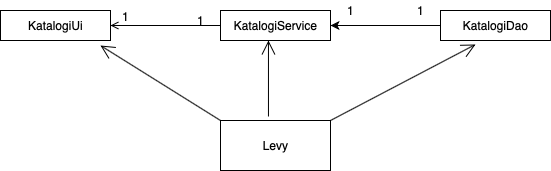
This is dokumentaatio/kuvat/luokkakaavio_uusi.png from SuloKM/ot-harjoitustyo, a draw.io export, as it was before one commit. Source tidied: cells renumbered, new cells last; positions are measured from the earlier drawing's top-left corner, leaving out a move shared by most shapes. The source it was exported from:
```xml
<mxGraphModel>
  <root>
    <mxCell id="0" />
    <mxCell id="1" parent="0" />
    <mxCell id="2" style="endArrow=open;shadow=0;strokeWidth=1;rounded=0;endFill=1;edgeStyle=elbowEdgeStyle;elbow=vertical;exitX=0;exitY=0.5;exitDx=0;exitDy=0;entryX=1;entryY=0.5;entryDx=0;entryDy=0;" parent="1" edge="1" source="10" target="9">
      <mxGeometry x="0.5" y="41" relative="1" as="geometry">
        <Array as="points">
          <mxPoint x="170" y="25" />
        </Array>
        <mxPoint x="-40" y="32" as="offset" />
      </mxGeometry>
    </mxCell>
    <mxCell id="3" value="1" style="align=left;verticalAlign=bottom;labelBackgroundColor=none;fontSize=12;" parent="2" vertex="1">
      <mxGeometry x="-1" relative="1" as="geometry">
        <mxPoint y="4" as="offset" />
      </mxGeometry>
    </mxCell>
    <mxCell id="4" value="1" style="align=right;verticalAlign=bottom;labelBackgroundColor=none;fontSize=12;" parent="2" vertex="1">
      <mxGeometry x="1" relative="1" as="geometry">
        <mxPoint x="20" as="offset" />
      </mxGeometry>
    </mxCell>
    <mxCell id="5" value="1" style="text;html=1;align=center;verticalAlign=middle;strokeColor=none;" parent="1" vertex="1">
      <mxGeometry x="190" y="10" width="20" height="20" as="geometry" />
    </mxCell>
    <mxCell id="6" style="endArrow=classic;html=1;exitX=0;exitY=0.5;exitDx=0;exitDy=0;entryX=1;entryY=0.5;entryDx=0;entryDy=0;" parent="1" edge="1" source="11" target="10">
      <mxGeometry relative="1" as="geometry" />
    </mxCell>
    <mxCell id="7" value="1" style="text;html=1;align=center;verticalAlign=middle;strokeColor=none;" parent="1" vertex="1">
      <mxGeometry x="340" width="20" height="20" as="geometry" />
    </mxCell>
    <mxCell id="8" value="1" style="text;html=1;align=center;verticalAlign=middle;strokeColor=none;" parent="1" vertex="1">
      <mxGeometry x="410" width="20" height="20" as="geometry" />
    </mxCell>
    <mxCell id="9" value="KatalogiUi" style="html=1;" parent="1" vertex="1">
      <mxGeometry y="10" width="110" height="30" as="geometry" />
    </mxCell>
    <mxCell id="10" value="KatalogiService" style="html=1;" parent="1" vertex="1">
      <mxGeometry x="220" y="10" width="110" height="30" as="geometry" />
    </mxCell>
    <mxCell id="11" value="KatalogiDao" style="html=1;" parent="1" vertex="1">
      <mxGeometry x="440" y="10" width="110" height="30" as="geometry" />
    </mxCell>
    <mxCell id="12" value="Levy" style="html=1;" parent="1" vertex="1">
      <mxGeometry x="220" y="120" width="110" height="50" as="geometry" />
    </mxCell>
    <mxCell id="13" style="endArrow=open;endFill=1;endSize=12;html=1;entryX=0.909;entryY=1.167;entryDx=0;entryDy=0;entryPerimeter=0;exitX=0;exitY=0;exitDx=0;exitDy=0;" parent="1" edge="1" source="12" target="9">
      <mxGeometry relative="1" as="geometry" />
    </mxCell>
    <mxCell id="14" style="endArrow=open;endFill=1;endSize=12;html=1;exitX=0.436;exitY=-0.08;exitDx=0;exitDy=0;exitPerimeter=0;entryX=0.436;entryY=1;entryDx=0;entryDy=0;entryPerimeter=0;" parent="1" edge="1" source="12" target="10">
      <mxGeometry relative="1" as="geometry" />
    </mxCell>
    <mxCell id="15" style="endArrow=open;endFill=1;endSize=12;html=1;entryX=0.318;entryY=1.133;entryDx=0;entryDy=0;entryPerimeter=0;exitX=1;exitY=0;exitDx=0;exitDy=0;" parent="1" edge="1" source="12" target="11">
      <mxGeometry relative="1" as="geometry" />
    </mxCell>
  </root>
</mxGraphModel>
```
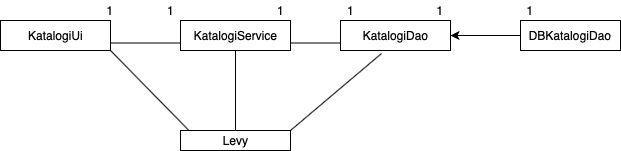
The same file after the commit.

What changed in the source:
```diff
@@ -2,56 +2,56 @@
   <root>
     <mxCell id="0" />
     <mxCell id="1" parent="0" />
-    <mxCell id="2" style="endArrow=open;shadow=0;strokeWidth=1;rounded=0;endFill=1;edgeStyle=elbowEdgeStyle;elbow=vertical;exitX=0;exitY=0.5;exitDx=0;exitDy=0;entryX=1;entryY=0.5;entryDx=0;entryDy=0;" parent="1" edge="1" source="10" target="9">
-      <mxGeometry x="0.5" y="41" relative="1" as="geometry">
-        <Array as="points">
-          <mxPoint x="170" y="25" />
-        </Array>
-        <mxPoint x="-40" y="32" as="offset" />
-      </mxGeometry>
-    </mxCell>
-    <mxCell id="3" value="1" style="align=left;verticalAlign=bottom;labelBackgroundColor=none;fontSize=12;" parent="2" vertex="1">
-      <mxGeometry x="-1" relative="1" as="geometry">
-        <mxPoint y="4" as="offset" />
-      </mxGeometry>
-    </mxCell>
-    <mxCell id="4" value="1" style="align=right;verticalAlign=bottom;labelBackgroundColor=none;fontSize=12;" parent="2" vertex="1">
-      <mxGeometry x="1" relative="1" as="geometry">
-        <mxPoint x="20" as="offset" />
-      </mxGeometry>
-    </mxCell>
     <mxCell id="5" value="1" style="text;html=1;align=center;verticalAlign=middle;strokeColor=none;" parent="1" vertex="1">
-      <mxGeometry x="190" y="10" width="20" height="20" as="geometry" />
+      <mxGeometry x="160" y="-10" width="20" height="20" as="geometry" />
     </mxCell>
-    <mxCell id="6" style="endArrow=classic;html=1;exitX=0;exitY=0.5;exitDx=0;exitDy=0;entryX=1;entryY=0.5;entryDx=0;entryDy=0;" parent="1" edge="1" source="11" target="10">
-      <mxGeometry relative="1" as="geometry" />
-    </mxCell>
     <mxCell id="7" value="1" style="text;html=1;align=center;verticalAlign=middle;strokeColor=none;" parent="1" vertex="1">
-      <mxGeometry x="340" width="20" height="20" as="geometry" />
+      <mxGeometry x="270" y="-10" width="20" height="20" as="geometry" />
     </mxCell>
     <mxCell id="8" value="1" style="text;html=1;align=center;verticalAlign=middle;strokeColor=none;" parent="1" vertex="1">
-      <mxGeometry x="410" width="20" height="20" as="geometry" />
+      <mxGeometry x="340" y="-10" width="20" height="20" as="geometry" />
     </mxCell>
     <mxCell id="9" value="KatalogiUi" style="html=1;" parent="1" vertex="1">
       <mxGeometry y="10" width="110" height="30" as="geometry" />
     </mxCell>
     <mxCell id="10" value="KatalogiService" style="html=1;" parent="1" vertex="1">
-      <mxGeometry x="220" y="10" width="110" height="30" as="geometry" />
+      <mxGeometry x="180" y="10" width="110" height="30" as="geometry" />
     </mxCell>
     <mxCell id="11" value="KatalogiDao" style="html=1;" parent="1" vertex="1">
-      <mxGeometry x="440" y="10" width="110" height="30" as="geometry" />
+      <mxGeometry x="340" y="10" width="110" height="30" as="geometry" />
     </mxCell>
     <mxCell id="12" value="Levy" style="html=1;" parent="1" vertex="1">
-      <mxGeometry x="220" y="120" width="110" height="50" as="geometry" />
+      <mxGeometry x="180" y="120" width="110" height="20" as="geometry" />
     </mxCell>
-    <mxCell id="13" style="endArrow=open;endFill=1;endSize=12;html=1;entryX=0.909;entryY=1.167;entryDx=0;entryDy=0;entryPerimeter=0;exitX=0;exitY=0;exitDx=0;exitDy=0;" parent="1" edge="1" source="12" target="9">
-      <mxGeometry relative="1" as="geometry" />
-    </mxCell>
+    <mxCell id="16" style="endArrow=none;html=1;entryX=0.073;entryY=-0.02;entryDx=0;entryDy=0;entryPerimeter=0;exitX=1;exitY=1;exitDx=0;exitDy=0;" parent="1" edge="1" source="9" target="12">
+      <mxGeometry relative="1" as="geometry" />
+    </mxCell>
+    <mxCell id="17" value="1" style="text;html=1;strokeColor=none;fillColor=none;align=center;verticalAlign=middle;whiteSpace=wrap;rounded=0;" parent="1" vertex="1">
+      <mxGeometry x="90" y="-10" width="40" height="20" as="geometry" />
+    </mxCell>
+    <mxCell id="18" style="endArrow=none;html=1;exitX=1;exitY=0.75;exitDx=0;exitDy=0;entryX=0;entryY=0.75;entryDx=0;entryDy=0;" parent="1" edge="1" source="9" target="10">
+      <mxGeometry relative="1" as="geometry" />
+    </mxCell>
+    <mxCell id="19" style="endArrow=none;html=1;exitX=1;exitY=0.75;exitDx=0;exitDy=0;entryX=0;entryY=0.75;entryDx=0;entryDy=0;" parent="1" edge="1" source="10" target="11">
+      <mxGeometry relative="1" as="geometry" />
+    </mxCell>
-    <mxCell id="14" style="endArrow=open;endFill=1;endSize=12;html=1;exitX=0.436;exitY=-0.08;exitDx=0;exitDy=0;exitPerimeter=0;entryX=0.436;entryY=1;entryDx=0;entryDy=0;entryPerimeter=0;" parent="1" edge="1" source="12" target="10">
+    <mxCell id="14" style="endArrow=none;html=1;entryX=0.5;entryY=1;entryDx=0;entryDy=0;exitX=0.5;exitY=0;exitDx=0;exitDy=0;" parent="1" edge="1" source="12" target="10">
       <mxGeometry relative="1" as="geometry" />
     </mxCell>
-    <mxCell id="15" style="endArrow=open;endFill=1;endSize=12;html=1;entryX=0.318;entryY=1.133;entryDx=0;entryDy=0;entryPerimeter=0;exitX=1;exitY=0;exitDx=0;exitDy=0;" parent="1" edge="1" source="12" target="11">
+    <mxCell id="15" style="endArrow=none;html=1;entryX=0.373;entryY=1.1;entryDx=0;entryDy=0;entryPerimeter=0;exitX=1;exitY=0;exitDx=0;exitDy=0;" parent="1" edge="1" source="12" target="11">
       <mxGeometry relative="1" as="geometry" />
     </mxCell>
+    <mxCell id="20" value="DBKatalogiDao" style="rounded=0;whiteSpace=wrap;html=1;" parent="1" vertex="1">
+      <mxGeometry x="520" y="10" width="100" height="30" as="geometry" />
+    </mxCell>
+    <mxCell id="21" style="endArrow=classic;html=1;exitX=0;exitY=0.5;exitDx=0;exitDy=0;entryX=1;entryY=0.5;entryDx=0;entryDy=0;" parent="1" edge="1" source="20" target="11">
+      <mxGeometry relative="1" as="geometry" />
+    </mxCell>
+    <mxCell id="22" value="1" style="text;html=1;strokeColor=none;fillColor=none;align=center;verticalAlign=middle;whiteSpace=wrap;rounded=0;" parent="1" vertex="1">
+      <mxGeometry x="420" y="-10" width="40" height="20" as="geometry" />
+    </mxCell>
+    <mxCell id="23" value="1" style="text;html=1;strokeColor=none;fillColor=none;align=center;verticalAlign=middle;whiteSpace=wrap;rounded=0;" parent="1" vertex="1">
+      <mxGeometry x="510" y="-10" width="40" height="20" as="geometry" />
+    </mxCell>
   </root>
 </mxGraphModel>
```
